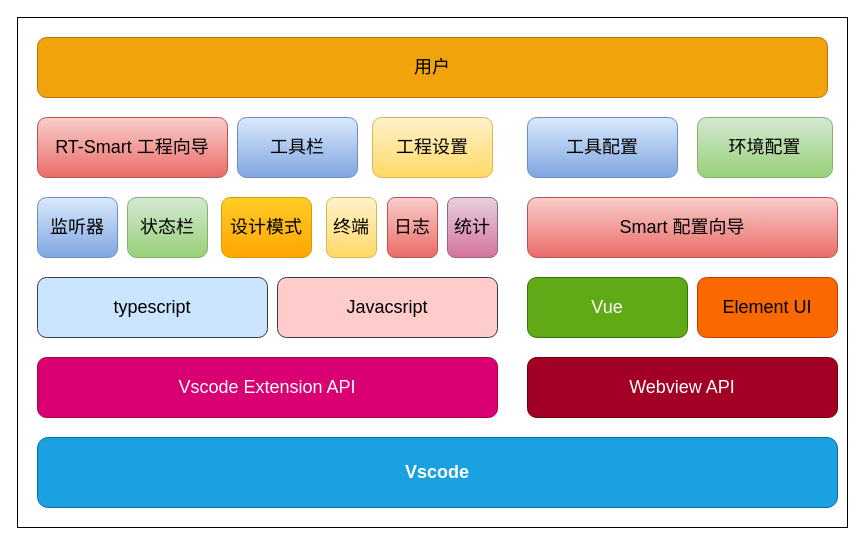
Before: vscode-smart.drawio in ErikChanGit/Draw.io, a draw.io diagram. Source tidied: cells renumbered, new cells numbered last; positions are measured from the earlier drawing's top-left corner, leaving out a move shared by most shapes. Both pictures are drawn from the tidied source at 100%, with x=0, y=0 at pixel (17, 17).
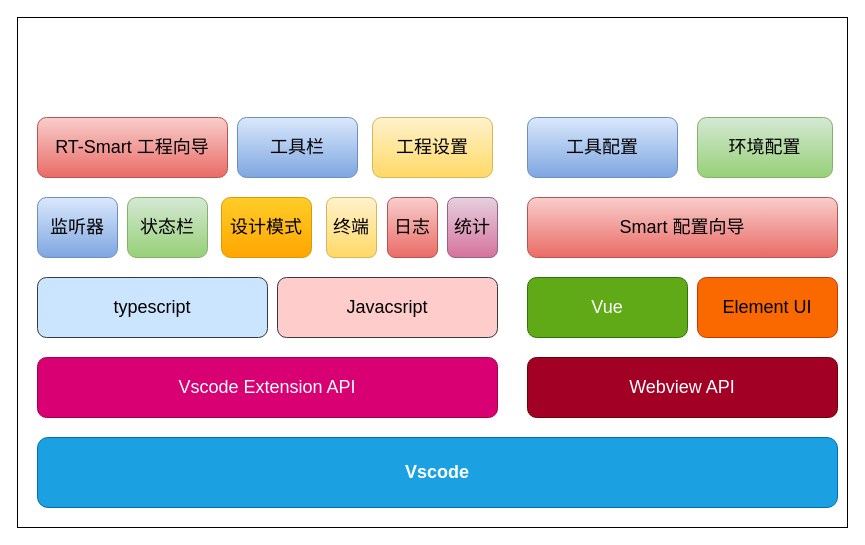
Above is the later version.

What changed in the source:
```diff
@@
-    <mxCell id="22" value="用户" style="rounded=1;whiteSpace=wrap;html=1;fontSize=18;fillColor=#f0a30a;fontColor=#000000;strokeColor=#BD7000;" parent="1" vertex="1">
-      <mxGeometry x="20" y="20" width="790" height="60" as="geometry" />
-    </mxCell>
```
